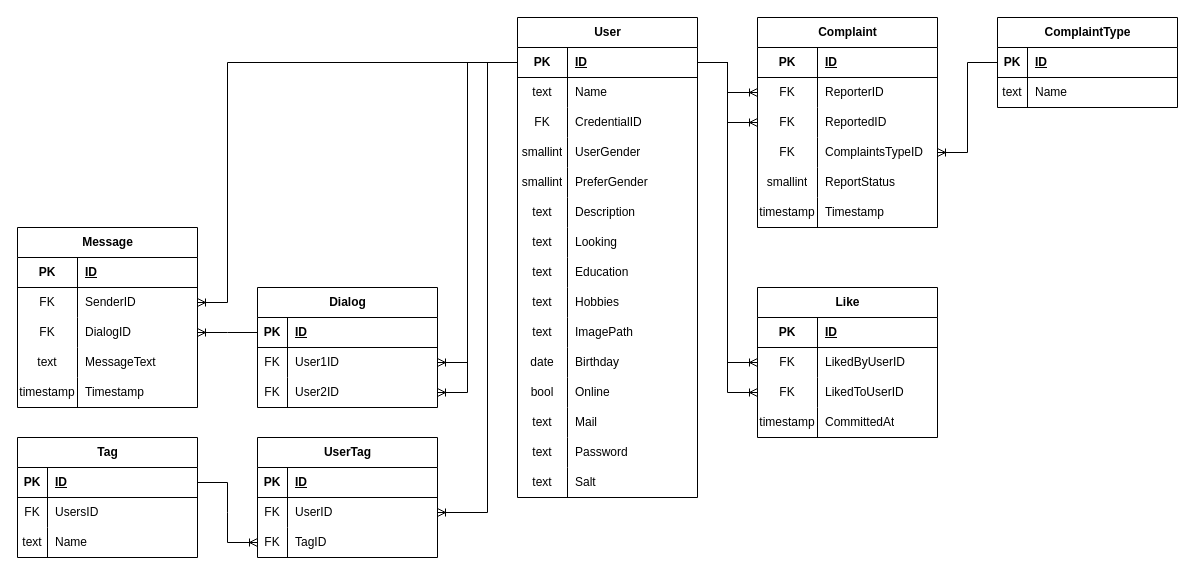
Above: page "Схема БД" (1 of 2) of db/normalized/Umlaut.drawio in go-park-mail-ru/2023_2_Umlaut (draw.io), before the change. Source tidied: cells renumbered, new cells numbered last; positions are measured from the earlier drawing's top-left corner, leaving out a move shared by most shapes. Both pictures are drawn from the tidied source at 100%, with x=0, y=0 at pixel (17, 17).
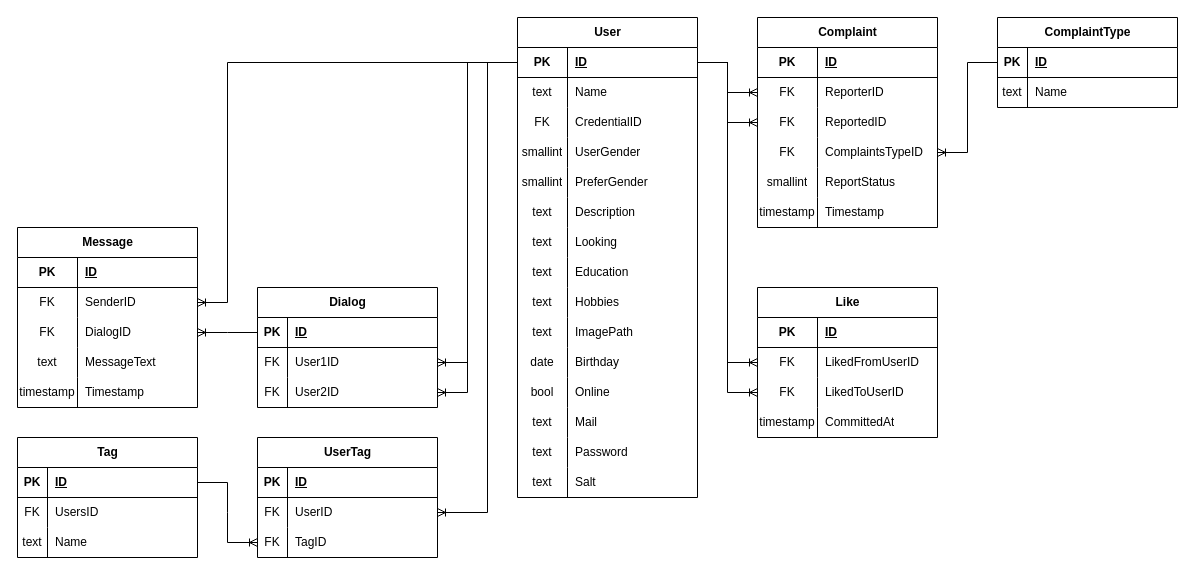
Above is the later version.

Unchanged cells that the change refers to:
```xml
<mxCell id="52" style="shape=tableRow;horizontal=0;startSize=0;swimlaneHead=0;swimlaneBody=0;fillColor=none;points=[[0,0.5],[1,0.5]];portConstraint=eastwest;top=0;left=0;right=0;bottom=0;" parent="48" vertex="1">
  <mxGeometry y="60" width="180" height="30" as="geometry" />
</mxCell>
```

Diff of the diagram source:
```diff
@@
-    <mxCell id="54" value="LikedByUserID " style="shape=partialRectangle;fillColor=none;top=0;left=0;bottom=0;right=0;align=left;spacingLeft=6;overflow=hidden;whiteSpace=wrap;html=1;" parent="52" vertex="1">
+    <mxCell id="54" value="LikedFromUserID " style="shape=partialRectangle;fillColor=none;top=0;left=0;bottom=0;right=0;align=left;spacingLeft=6;overflow=hidden;whiteSpace=wrap;html=1;" parent="52" vertex="1">
       <mxGeometry x="60" width="120" height="30" as="geometry" />
     </mxCell>
```
